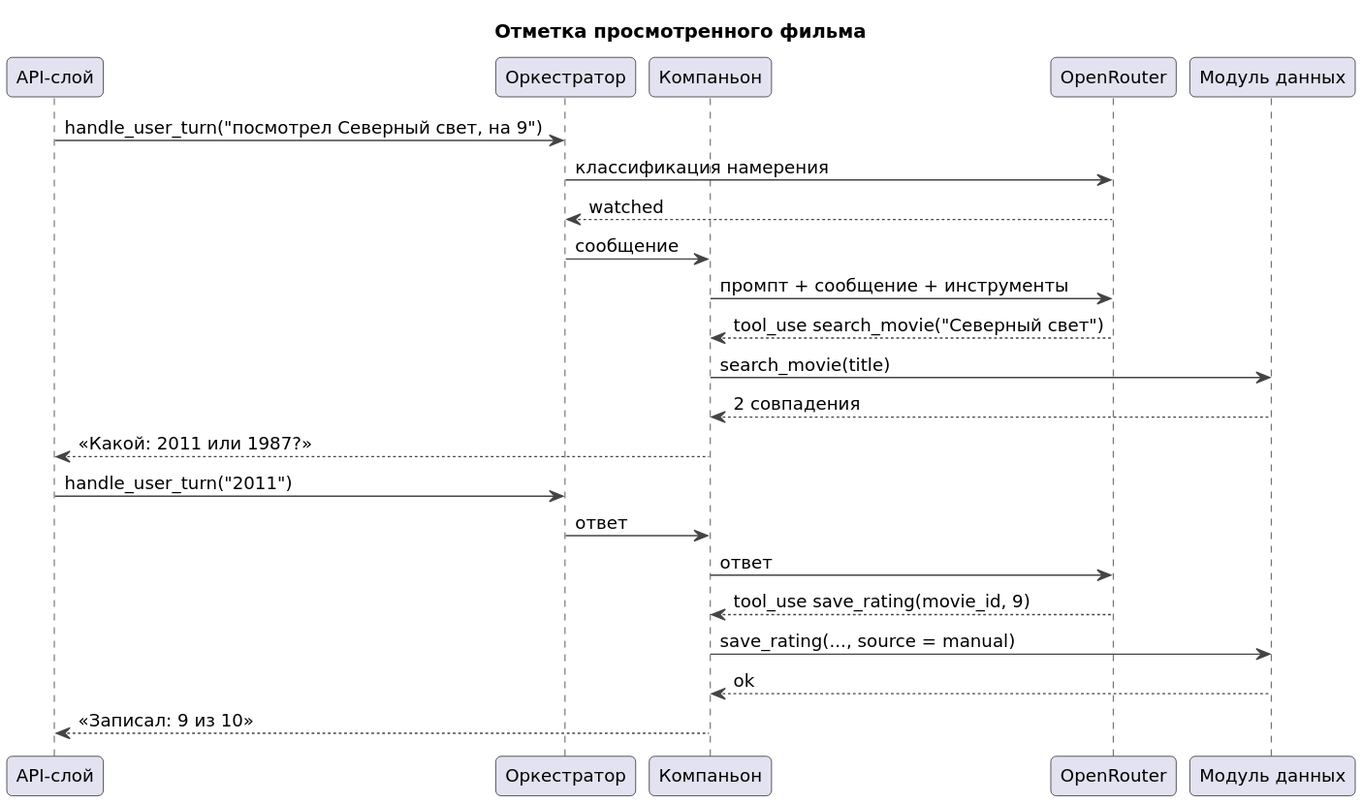
Above: documents/agents/diagrams/155-seq-manual.svg in ryDIEv/CineMatch (PlantUML), before the change. Source of this version:
```plantuml
@startuml
!include _style.iuml
title Отметка просмотренного фильма
participant "API-слой" as API
participant "Оркестратор" as O
participant "Компаньон" as CA
participant "OpenRouter" as M
participant "Модуль данных" as D
API -> O : handle_user_turn("посмотрел Северный свет, на 9")
O -> M : классификация намерения
M --> O : watched
O -> CA : сообщение
CA -> M : промпт + сообщение + инструменты
M --> CA : tool_use search_movie("Северный свет")
CA -> D : search_movie(title)
D --> CA : 2 совпадения
CA --> API : «Какой: 2011 или 1987?»
API -> O : handle_user_turn("2011")
O -> CA : ответ
CA -> M : ответ
M --> CA : tool_use save_rating(movie_id, 9)
CA -> D : save_rating(..., source = manual)
D --> CA : ok
CA --> API : «Записал: 9 из 10»
@enduml
```
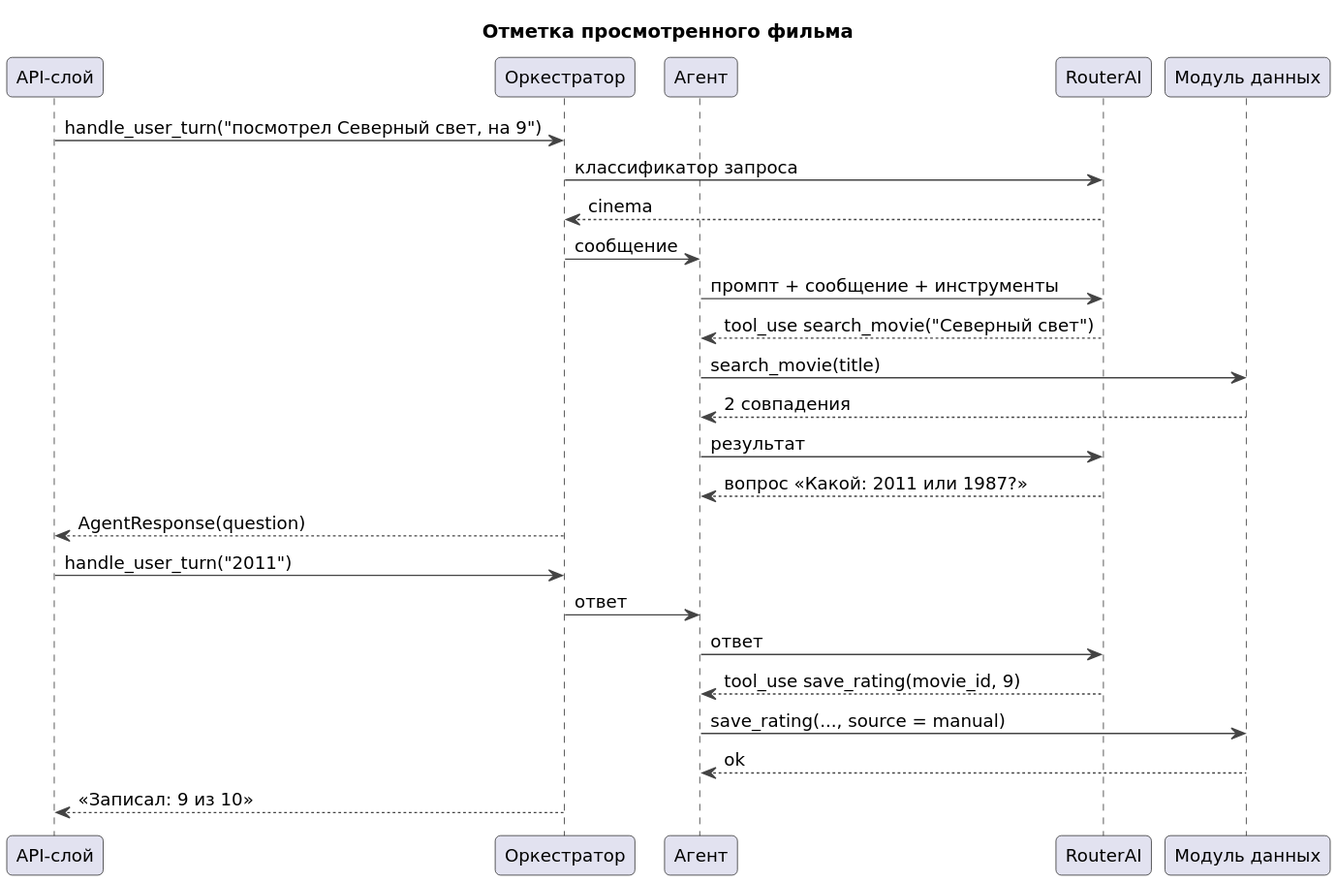
The same file after the commit.

Diff of the diagram source:
```diff
@@ -3,23 +3,25 @@
 title Отметка просмотренного фильма
 participant "API-слой" as API
 participant "Оркестратор" as O
-participant "Компаньон" as CA
-participant "OpenRouter" as M
+participant "Агент" as A
+participant "RouterAI" as M
 participant "Модуль данных" as D
 API -> O : handle_user_turn("посмотрел Северный свет, на 9")
-O -> M : классификация намерения
-M --> O : watched
-O -> CA : сообщение
-CA -> M : промпт + сообщение + инструменты
-M --> CA : tool_use search_movie("Северный свет")
-CA -> D : search_movie(title)
-D --> CA : 2 совпадения
-CA --> API : «Какой: 2011 или 1987?»
+O -> M : классификатор запроса
+M --> O : cinema
+O -> A : сообщение
+A -> M : промпт + сообщение + инструменты
+M --> A : tool_use search_movie("Северный свет")
+A -> D : search_movie(title)
+D --> A : 2 совпадения
+A -> M : результат
+M --> A : вопрос «Какой: 2011 или 1987?»
+O --> API : AgentResponse(question)
 API -> O : handle_user_turn("2011")
-O -> CA : ответ
-CA -> M : ответ
-M --> CA : tool_use save_rating(movie_id, 9)
-CA -> D : save_rating(..., source = manual)
-D --> CA : ok
-CA --> API : «Записал: 9 из 10»
+O -> A : ответ
+A -> M : ответ
+M --> A : tool_use save_rating(movie_id, 9)
+A -> D : save_rating(..., source = manual)
+D --> A : ok
+O --> API : «Записал: 9 из 10»
 @enduml
```
